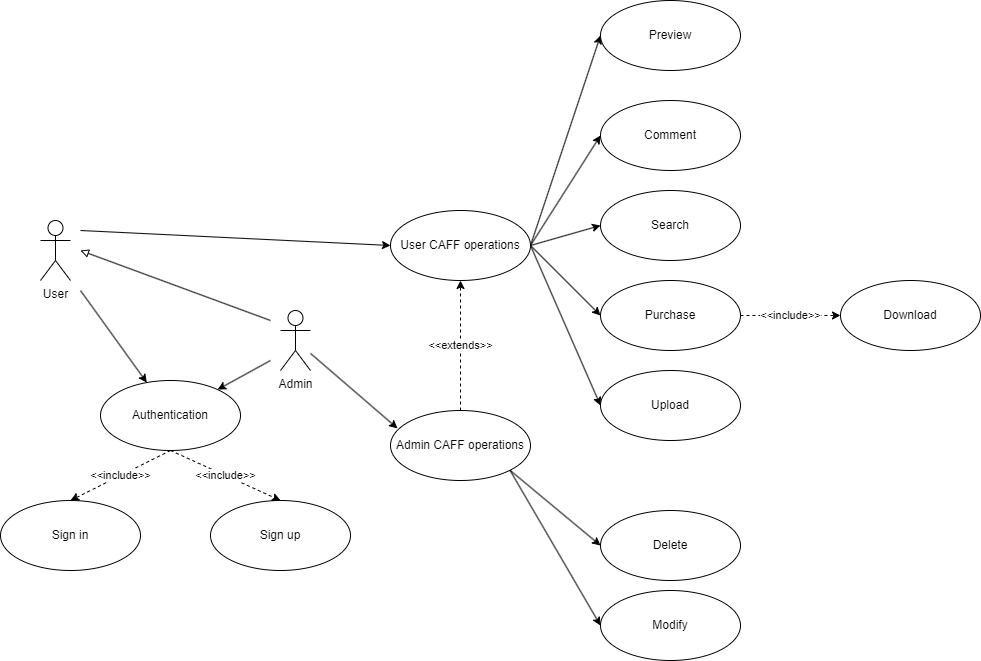
This is Documents/security.png from szakri/ComputerSecurityHA, a draw.io export, as it was before one commit. Source tidied: cells renumbered, new cells last; positions are measured from the earlier drawing's top-left corner, leaving out a move shared by most shapes.
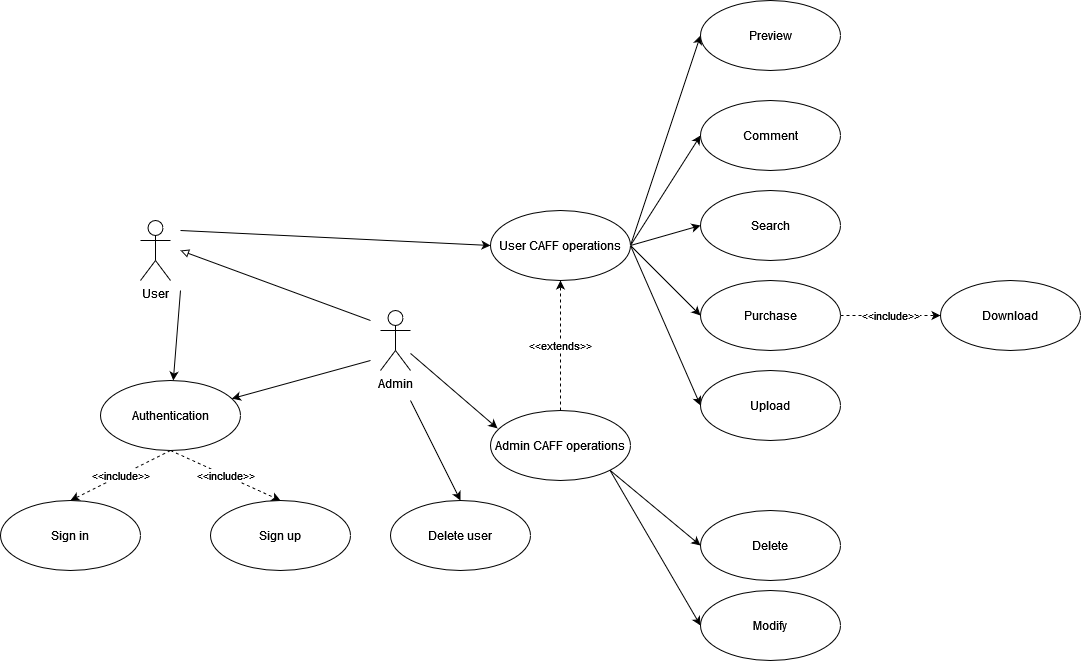
Later version of the same file.

The edit, as a diff of the source:
```diff
@@ -33,10 +33,10 @@
       <mxGeometry x="280" y="310" width="30" height="60" as="geometry" />
     </mxCell>
     <mxCell id="9" value="Sign in" style="ellipse;whiteSpace=wrap;html=1;" parent="1" vertex="1">
-      <mxGeometry y="500" width="140" height="70" as="geometry" />
+      <mxGeometry x="-100" y="500" width="140" height="70" as="geometry" />
     </mxCell>
     <mxCell id="10" value="Sign up" style="ellipse;whiteSpace=wrap;html=1;" parent="1" vertex="1">
-      <mxGeometry x="210" y="500" width="140" height="70" as="geometry" />
+      <mxGeometry x="110" y="500" width="140" height="70" as="geometry" />
     </mxCell>
     <mxCell id="11" value="Purchase" style="ellipse;whiteSpace=wrap;html=1;" parent="1" vertex="1">
       <mxGeometry x="600" y="280" width="140" height="70" as="geometry" />
@@ -90,7 +90,7 @@
       <mxGeometry relative="1" as="geometry" />
     </mxCell>
     <mxCell id="28" value="Authentication" style="ellipse;whiteSpace=wrap;html=1;" parent="1" vertex="1">
-      <mxGeometry x="100" y="380" width="140" height="70" as="geometry" />
+      <mxGeometry y="380" width="140" height="70" as="geometry" />
     </mxCell>
     <mxCell id="29" value="&amp;lt;&amp;lt;include&amp;gt;&amp;gt;" style="edgeStyle=none;rounded=0;jettySize=auto;html=1;exitX=0.5;exitY=1;exitDx=0;exitDy=0;entryX=0.5;entryY=0;entryDx=0;entryDy=0;dashed=1;" parent="1" edge="1" source="28" target="10">
       <mxGeometry relative="1" as="geometry" />
@@ -104,5 +104,13 @@
     <mxCell id="32" value="&amp;lt;&amp;lt;include&amp;gt;&amp;gt;" style="edgeStyle=none;rounded=0;jettySize=auto;html=1;exitX=1;exitY=0.5;exitDx=0;exitDy=0;entryX=0;entryY=0.5;entryDx=0;entryDy=0;dashed=1;" parent="1" edge="1" source="11" target="31">
       <mxGeometry relative="1" as="geometry" />
     </mxCell>
+    <mxCell id="33" value="Delete user" style="ellipse;whiteSpace=wrap;html=1;" parent="1" vertex="1">
+      <mxGeometry x="290" y="500" width="140" height="70" as="geometry" />
+    </mxCell>
+    <mxCell id="34" style="edgeStyle=none;rounded=0;jettySize=auto;html=1;entryX=0.5;entryY=0;entryDx=0;entryDy=0;endArrow=classic;endFill=1;" parent="1" edge="1" target="33">
+      <mxGeometry relative="1" as="geometry">
+        <mxPoint x="310" y="400" as="sourcePoint" />
+      </mxGeometry>
+    </mxCell>
   </root>
 </mxGraphModel>
```
